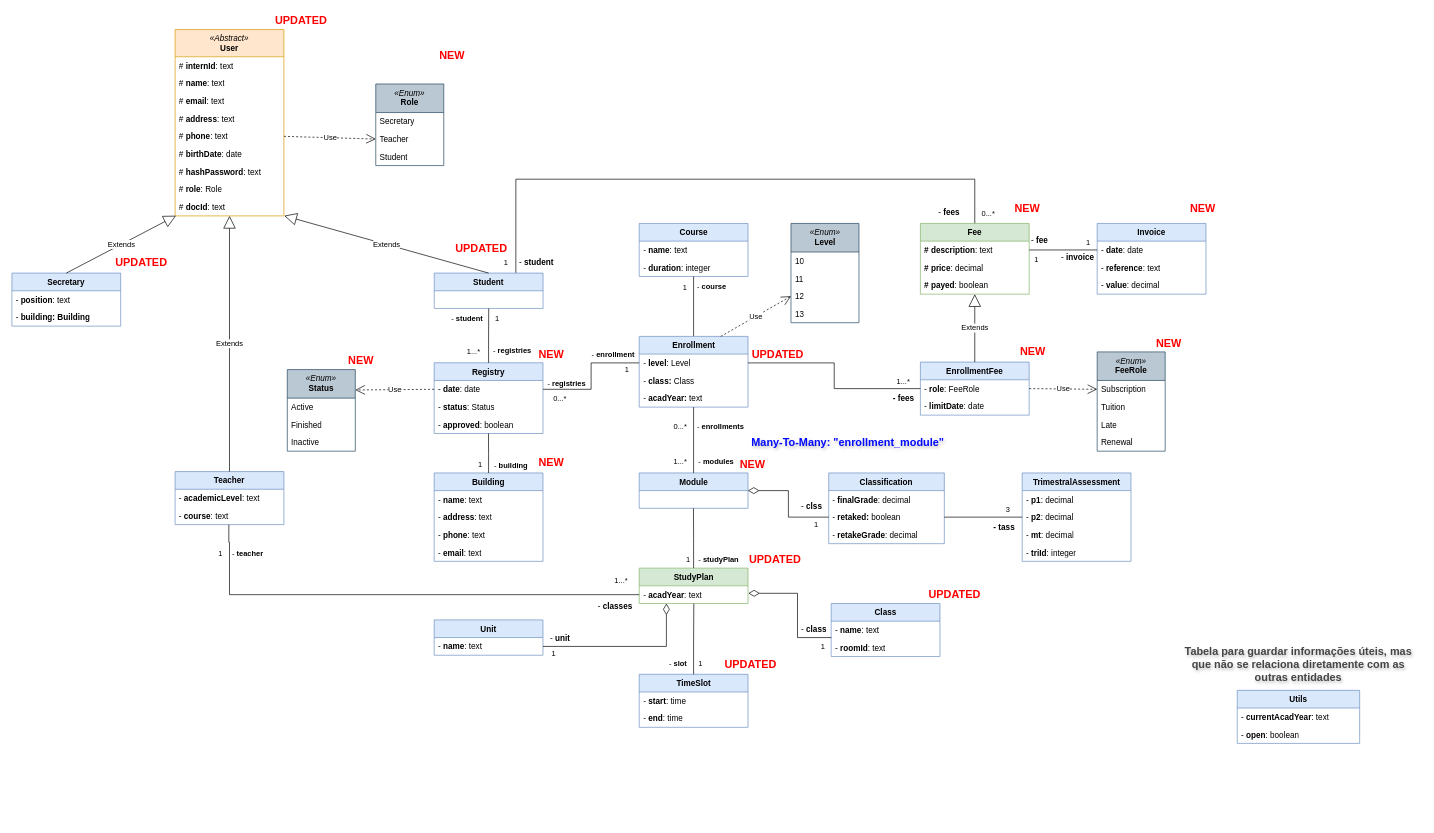
Joaquim-Claudio/Imptel-Online_P.D.S-2024-2025 keeps this draw.io diagram as editables/data-model.drawio. Above is the earlier version. Source tidied: cells renumbered, new cells numbered last; positions are measured from the earlier drawing's top-left corner, leaving out a move shared by most shapes. Both pictures are drawn from the tidied source at 68%, with x=0, y=0 at pixel (12, 12).
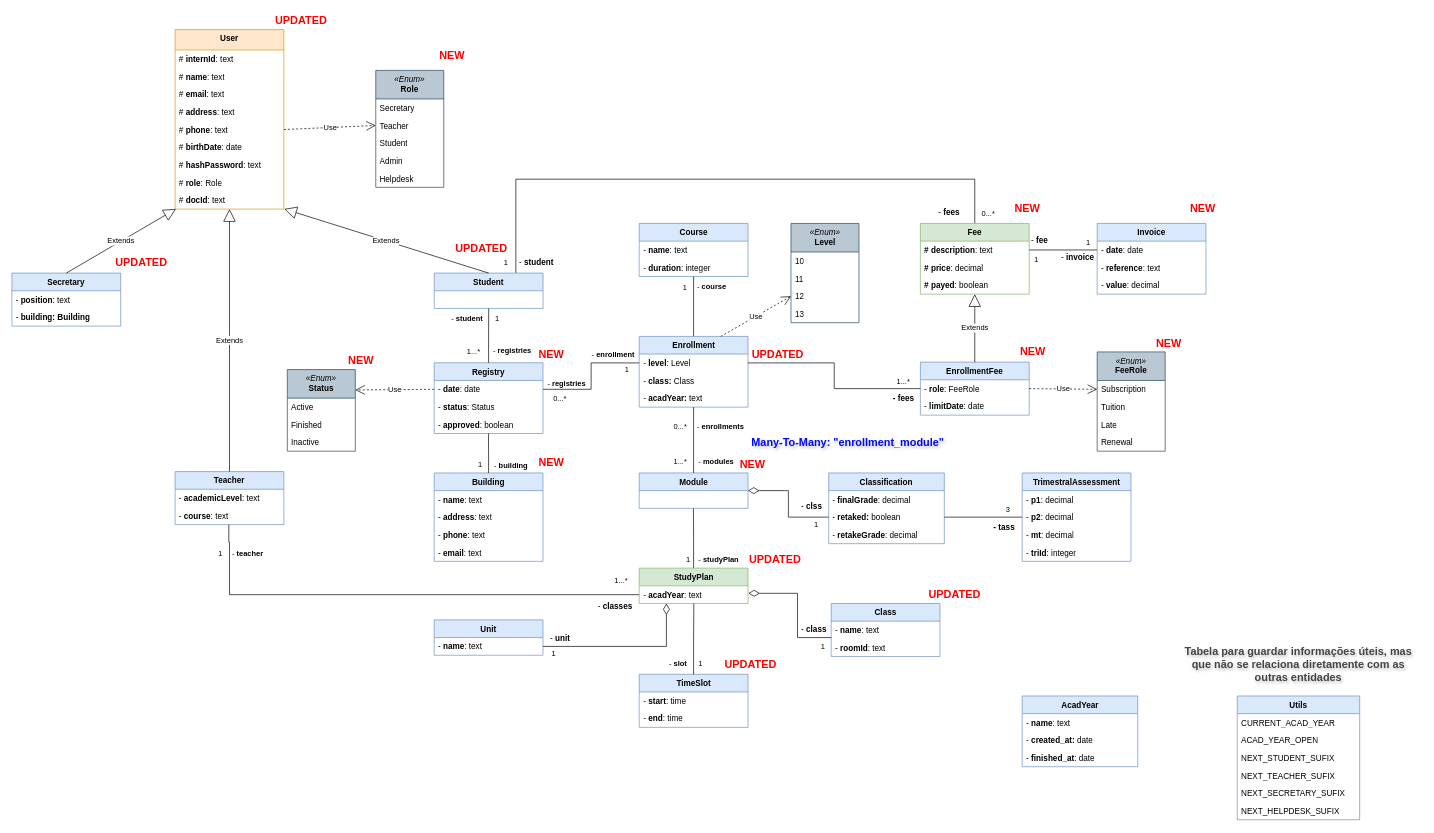
The same diagram, later.

Commit message:
Data models

What changed in the source:
```diff
@@
-    <mxCell id="2" value="&lt;div&gt;&lt;i style=&quot;font-weight: normal;&quot;&gt;«Abstract»&lt;/i&gt;&lt;/div&gt;User" style="swimlane;fontStyle=1;align=center;verticalAlign=top;horizontal=1;startSize=40;whiteSpace=wrap;html=1;fillColor=#ffe6cc;strokeColor=#d79b00;" parent="1" vertex="1">
-      <mxGeometry x="240" y="26" width="160" height="274" as="geometry" />
+    <mxCell id="2" value="&lt;div&gt;&lt;span style=&quot;background-color: initial;&quot;&gt;User&lt;/span&gt;&lt;br&gt;&lt;/div&gt;" style="swimlane;fontStyle=1;align=center;verticalAlign=top;horizontal=1;startSize=30;whiteSpace=wrap;html=1;fillColor=#ffe6cc;strokeColor=#d79b00;" parent="1" vertex="1">
+      <mxGeometry x="240" y="26" width="160" height="264" as="geometry" />
     </mxCell>
     <mxCell id="3" value="#&lt;b&gt; internId&lt;/b&gt;: text" style="text;strokeColor=none;fillColor=none;align=left;verticalAlign=top;spacingLeft=4;spacingRight=4;overflow=hidden;whiteSpace=wrap;html=1;" parent="2" vertex="1">
-      <mxGeometry y="40" width="160" height="26" as="geometry" />
+      <mxGeometry y="30" width="160" height="26" as="geometry" />
     </mxCell>
     <mxCell id="4" value="# &lt;b&gt;name&lt;/b&gt;: text" style="text;strokeColor=none;fillColor=none;align=left;verticalAlign=top;spacingLeft=4;spacingRight=4;overflow=hidden;whiteSpace=wrap;html=1;" parent="2" vertex="1">
-      <mxGeometry y="66" width="160" height="26" as="geometry" />
+      <mxGeometry y="56" width="160" height="26" as="geometry" />
     </mxCell>
     <mxCell id="5" value="# &lt;b&gt;email&lt;/b&gt;: text" style="text;strokeColor=none;fillColor=none;align=left;verticalAlign=top;spacingLeft=4;spacingRight=4;overflow=hidden;whiteSpace=wrap;html=1;" parent="2" vertex="1">
-      <mxGeometry y="92" width="160" height="26" as="geometry" />
+      <mxGeometry y="82" width="160" height="26" as="geometry" />
     </mxCell>
     <mxCell id="6" value="# &lt;b&gt;address&lt;/b&gt;: text" style="text;strokeColor=none;fillColor=none;align=left;verticalAlign=top;spacingLeft=4;spacingRight=4;overflow=hidden;whiteSpace=wrap;html=1;" parent="2" vertex="1">
-      <mxGeometry y="118" width="160" height="26" as="geometry" />
+      <mxGeometry y="108" width="160" height="26" as="geometry" />
     </mxCell>
     <mxCell id="7" value="# &lt;b&gt;phone&lt;/b&gt;: text" style="text;strokeColor=none;fillColor=none;align=left;verticalAlign=top;spacingLeft=4;spacingRight=4;overflow=hidden;points=[[0,0.5],[1,0.5]];portConstraint=eastwest;whiteSpace=wrap;html=1;" parent="2" vertex="1">
-      <mxGeometry y="144" width="160" height="26" as="geometry" />
+      <mxGeometry y="134" width="160" height="26" as="geometry" />
     </mxCell>
     <mxCell id="8" value="# &lt;b&gt;birthDate&lt;/b&gt;: date" style="text;strokeColor=none;fillColor=none;align=left;verticalAlign=top;spacingLeft=4;spacingRight=4;overflow=hidden;whiteSpace=wrap;html=1;" parent="2" vertex="1">
-      <mxGeometry y="170" width="160" height="26" as="geometry" />
+      <mxGeometry y="160" width="160" height="26" as="geometry" />
     </mxCell>
     <mxCell id="9" value="# &lt;b&gt;hashPassword&lt;/b&gt;: text" style="text;strokeColor=none;fillColor=none;align=left;verticalAlign=top;spacingLeft=4;spacingRight=4;overflow=hidden;whiteSpace=wrap;html=1;" parent="2" vertex="1">
-      <mxGeometry y="196" width="160" height="26" as="geometry" />
+      <mxGeometry y="186" width="160" height="26" as="geometry" />
     </mxCell>
     <mxCell id="10" value="# &lt;b&gt;role&lt;/b&gt;: Role" style="text;strokeColor=none;fillColor=none;align=left;verticalAlign=top;spacingLeft=4;spacingRight=4;overflow=hidden;whiteSpace=wrap;html=1;" parent="2" vertex="1">
-      <mxGeometry y="222" width="160" height="26" as="geometry" />
+      <mxGeometry y="212" width="160" height="26" as="geometry" />
     </mxCell>
     <mxCell id="11" value="# &lt;b&gt;docId&lt;/b&gt;: text" style="text;strokeColor=none;fillColor=none;align=left;verticalAlign=top;spacingLeft=4;spacingRight=4;overflow=hidden;points=[[0,0.5],[1,0.5]];portConstraint=eastwest;whiteSpace=wrap;html=1;" parent="2" vertex="1">
-      <mxGeometry y="248" width="160" height="26" as="geometry" />
+      <mxGeometry y="238" width="160" height="26" as="geometry" />
     </mxCell>
@@
     <mxCell id="84" value="&lt;div&gt;&lt;i style=&quot;font-weight: normal;&quot;&gt;«Enum»&lt;/i&gt;&lt;/div&gt;&lt;div&gt;&lt;span style=&quot;text-align: left;&quot;&gt;Role&lt;/span&gt;&lt;/div&gt;" style="swimlane;fontStyle=1;align=center;verticalAlign=top;horizontal=1;startSize=42;whiteSpace=wrap;html=1;fillColor=#bac8d3;strokeColor=#23445d;" parent="1" vertex="1">
-      <mxGeometry x="535.1" y="106" width="100" height="120" as="geometry" />
+      <mxGeometry x="535.1" y="86" width="100" height="172" as="geometry" />
     </mxCell>
@@
+    <mxCell id="170" value="Admin" style="text;strokeColor=none;fillColor=none;align=left;verticalAlign=top;spacingLeft=4;spacingRight=4;overflow=hidden;whiteSpace=wrap;html=1;" parent="84" vertex="1">
+      <mxGeometry y="120" width="100" height="26" as="geometry" />
+    </mxCell>
+    <mxCell id="171" value="Helpdesk" style="text;strokeColor=none;fillColor=none;align=left;verticalAlign=top;spacingLeft=4;spacingRight=4;overflow=hidden;whiteSpace=wrap;html=1;" parent="84" vertex="1">
+      <mxGeometry y="146" width="100" height="26" as="geometry" />
+    </mxCell>
@@
     <mxCell id="163" value="Utils" style="swimlane;fontStyle=1;align=center;verticalAlign=top;horizontal=1;startSize=26;whiteSpace=wrap;html=1;fillColor=#dae8fc;strokeColor=#6c8ebf;" parent="1" vertex="1">
-      <mxGeometry x="1802" y="997.7" width="180" height="78" as="geometry" />
+      <mxGeometry x="1802" y="1006" width="180" height="182" as="geometry" />
     </mxCell>
-    <mxCell id="164" value="- &lt;b&gt;currentAcadYear&lt;/b&gt;: text" style="text;strokeColor=none;fillColor=none;align=left;verticalAlign=top;spacingLeft=4;spacingRight=4;overflow=hidden;whiteSpace=wrap;html=1;" parent="163" vertex="1">
+    <mxCell id="164" value="CURRENT_ACAD_YEAR" style="text;strokeColor=none;fillColor=none;align=left;verticalAlign=top;spacingLeft=4;spacingRight=4;overflow=hidden;whiteSpace=wrap;html=1;" parent="163" vertex="1">
       <mxGeometry y="26" width="180" height="26" as="geometry" />
     </mxCell>
-    <mxCell id="165" value="- &lt;b&gt;open&lt;/b&gt;: boolean" style="text;strokeColor=none;fillColor=none;align=left;verticalAlign=top;spacingLeft=4;spacingRight=4;overflow=hidden;whiteSpace=wrap;html=1;" parent="163" vertex="1">
+    <mxCell id="165" value="ACAD_YEAR_OPEN" style="text;strokeColor=none;fillColor=none;align=left;verticalAlign=top;spacingLeft=4;spacingRight=4;overflow=hidden;whiteSpace=wrap;html=1;" parent="163" vertex="1">
       <mxGeometry y="52" width="180" height="26" as="geometry" />
     </mxCell>
+    <mxCell id="172" value="NEXT_STUDENT_SUFIX" style="text;strokeColor=none;fillColor=none;align=left;verticalAlign=top;spacingLeft=4;spacingRight=4;overflow=hidden;whiteSpace=wrap;html=1;" parent="163" vertex="1">
+      <mxGeometry y="78" width="180" height="26" as="geometry" />
+    </mxCell>
+    <mxCell id="173" value="NEXT_TEACHER_SUFIX" style="text;strokeColor=none;fillColor=none;align=left;verticalAlign=top;spacingLeft=4;spacingRight=4;overflow=hidden;whiteSpace=wrap;html=1;" parent="163" vertex="1">
+      <mxGeometry y="104" width="180" height="26" as="geometry" />
+    </mxCell>
+    <mxCell id="174" value="NEXT_SECRETARY_SUFIX" style="text;strokeColor=none;fillColor=none;align=left;verticalAlign=top;spacingLeft=4;spacingRight=4;overflow=hidden;whiteSpace=wrap;html=1;" parent="163" vertex="1">
+      <mxGeometry y="130" width="180" height="26" as="geometry" />
+    </mxCell>
+    <mxCell id="175" value="NEXT_HELPDESK_SUFIX" style="text;strokeColor=none;fillColor=none;align=left;verticalAlign=top;spacingLeft=4;spacingRight=4;overflow=hidden;whiteSpace=wrap;html=1;" parent="163" vertex="1">
+      <mxGeometry y="156" width="180" height="26" as="geometry" />
+    </mxCell>
@@
+    <mxCell id="176" value="AcadYear" style="swimlane;fontStyle=1;align=center;verticalAlign=top;horizontal=1;startSize=26;whiteSpace=wrap;html=1;fillColor=#dae8fc;strokeColor=#6c8ebf;" parent="1" vertex="1">
+      <mxGeometry x="1485.7" y="1006" width="170" height="104" as="geometry" />
+    </mxCell>
+    <mxCell id="177" value="- &lt;b&gt;name&lt;/b&gt;: text" style="text;strokeColor=none;fillColor=none;align=left;verticalAlign=top;spacingLeft=4;spacingRight=4;overflow=hidden;whiteSpace=wrap;html=1;" parent="176" vertex="1">
+      <mxGeometry y="26" width="170" height="26" as="geometry" />
+    </mxCell>
+    <mxCell id="178" value="- &lt;b&gt;created_at: &lt;/b&gt;date" style="text;strokeColor=none;fillColor=none;align=left;verticalAlign=top;spacingLeft=4;spacingRight=4;overflow=hidden;whiteSpace=wrap;html=1;" parent="176" vertex="1">
+      <mxGeometry y="52" width="170" height="26" as="geometry" />
+    </mxCell>
+    <mxCell id="179" value="- &lt;b&gt;finished_at&lt;/b&gt;: date" style="text;strokeColor=none;fillColor=none;align=left;verticalAlign=top;spacingLeft=4;spacingRight=4;overflow=hidden;whiteSpace=wrap;html=1;" parent="176" vertex="1">
+      <mxGeometry y="78" width="170" height="26" as="geometry" />
+    </mxCell>
```
